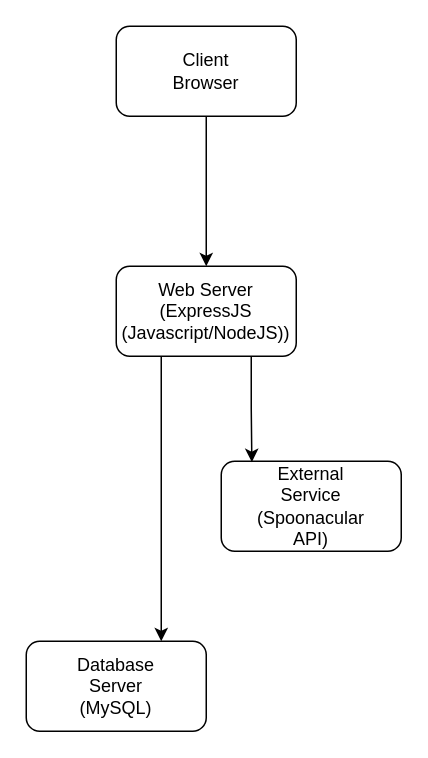
The draw.io diagram documentations/drawio-files/deployment_diagram.drawio in KhoiLe18/CS476-Project-Chefs-Code, before the edit. Source tidied: cells renumbered, new cells numbered last; positions are measured from the earlier drawing's top-left corner, leaving out a move shared by most shapes. Both pictures are drawn from the tidied source at 150%, with x=0, y=0 at pixel (26, 26).
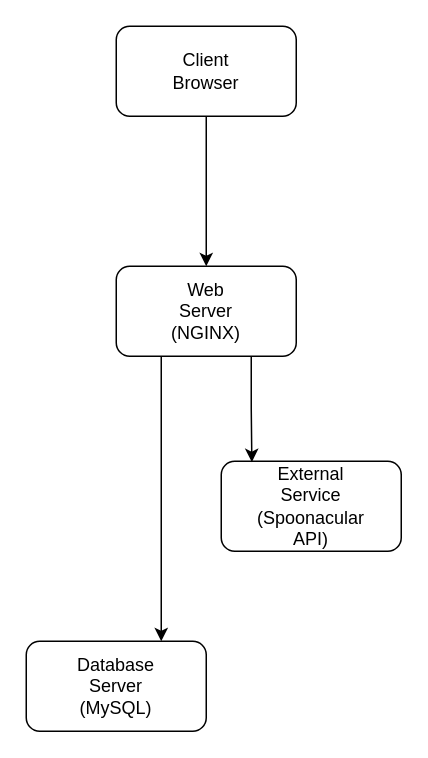
The same diagram, later.

Diff of the diagram source:
```diff
@@
 <mxGraphModel>
   <root>
     <mxCell id="0" />
     <mxCell id="1" parent="0" />
     <mxCell id="2" style="edgeStyle=orthogonalEdgeStyle;rounded=0;jettySize=auto;html=1;exitX=0.5;exitY=1;exitDx=0;exitDy=0;entryX=0.5;entryY=0;entryDx=0;entryDy=0;" parent="1" edge="1" source="3" target="5">
       <mxGeometry relative="1" as="geometry" />
     </mxCell>
     <mxCell id="3" style="rounded=1;whiteSpace=wrap;html=1;" parent="1" vertex="1">
       <mxGeometry x="60" width="120" height="60" as="geometry" />
     </mxCell>
     <mxCell id="4" style="edgeStyle=orthogonalEdgeStyle;rounded=0;jettySize=auto;html=1;exitX=0.25;exitY=1;exitDx=0;exitDy=0;entryX=0.75;entryY=0;entryDx=0;entryDy=0;" parent="1" edge="1" source="5" target="7">
       <mxGeometry relative="1" as="geometry" />
     </mxCell>
     <mxCell id="5" style="rounded=1;whiteSpace=wrap;html=1;" parent="1" vertex="1">
       <mxGeometry x="60" y="160" width="120" height="60" as="geometry" />
     </mxCell>
     <mxCell id="6" style="rounded=1;whiteSpace=wrap;html=1;" parent="1" vertex="1">
       <mxGeometry x="130" y="290" width="120" height="60" as="geometry" />
     </mxCell>
     <mxCell id="7" style="rounded=1;whiteSpace=wrap;html=1;" parent="1" vertex="1">
       <mxGeometry y="410" width="120" height="60" as="geometry" />
     </mxCell>
     <mxCell id="8" value="Client Browser" style="text;html=1;align=center;verticalAlign=middle;whiteSpace=wrap;rounded=0;" parent="1" vertex="1">
       <mxGeometry x="90" y="15" width="60" height="30" as="geometry" />
     </mxCell>
-    <mxCell id="9" value="Web Server&lt;div&gt;(ExpressJS (Javascript/NodeJS))&lt;/div&gt;" style="text;html=1;align=center;verticalAlign=middle;whiteSpace=wrap;rounded=0;" parent="1" vertex="1">
+    <mxCell id="9" value="Web Server&lt;div&gt;(NGINX)&lt;/div&gt;" style="text;html=1;align=center;verticalAlign=middle;whiteSpace=wrap;rounded=0;" parent="1" vertex="1">
       <mxGeometry x="90" y="175" width="60" height="30" as="geometry" />
     </mxCell>
     <mxCell id="10" value="External Service&lt;div&gt;(Spoonacular API)&lt;/div&gt;" style="text;html=1;align=center;verticalAlign=middle;whiteSpace=wrap;rounded=0;" parent="1" vertex="1">
       <mxGeometry x="160" y="305" width="60" height="30" as="geometry" />
     </mxCell>
     <mxCell id="11" value="Database Server&lt;div&gt;(MySQL)&lt;/div&gt;" style="text;html=1;align=center;verticalAlign=middle;whiteSpace=wrap;rounded=0;" parent="1" vertex="1">
       <mxGeometry x="30" y="425" width="60" height="30" as="geometry" />
     </mxCell>
     <mxCell id="12" style="edgeStyle=orthogonalEdgeStyle;rounded=0;jettySize=auto;html=1;exitX=0.75;exitY=1;exitDx=0;exitDy=0;entryX=0.17;entryY=0.01;entryDx=0;entryDy=0;entryPerimeter=0;" parent="1" edge="1" source="5" target="6">
       <mxGeometry relative="1" as="geometry" />
     </mxCell>
   </root>
 </mxGraphModel>
```
